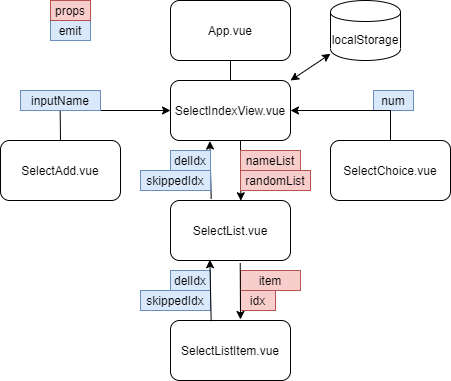
Above: random_selected.png in mulcamp-ed/pv (draw.io), before the change. Source tidied: cells renumbered, new cells last; positions are measured from the earlier drawing's top-left corner, leaving out a move shared by most shapes.
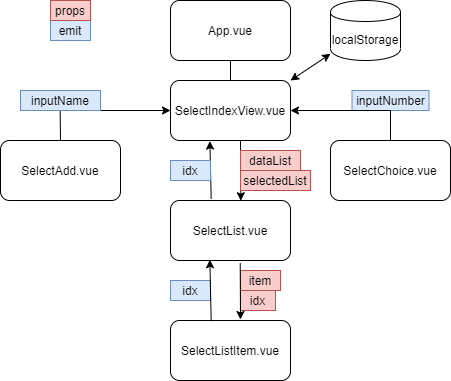
Later version of the same file.

The edit, as a diff of the source:
```diff
@@ -40,8 +40,8 @@
     <mxCell id="12" style="endArrow=classic;html=1;exitX=0.339;exitY=-0.025;exitDx=0;exitDy=0;exitPerimeter=0;entryX=0.328;entryY=1.01;entryDx=0;entryDy=0;entryPerimeter=0;" parent="1" edge="1" source="6" target="3">
       <mxGeometry relative="1" as="geometry" />
     </mxCell>
-    <mxCell id="13" value="num" style="text;html=1;strokeColor=#6c8ebf;fillColor=#dae8fc;align=center;verticalAlign=middle;whiteSpace=wrap;rounded=0;" parent="1" vertex="1">
-      <mxGeometry x="373" y="90" width="40" height="20" as="geometry" />
+    <mxCell id="13" value="inputNumber" style="text;html=1;strokeColor=#6c8ebf;fillColor=#dae8fc;align=center;verticalAlign=middle;whiteSpace=wrap;rounded=0;" parent="1" vertex="1">
+      <mxGeometry x="351.5" y="90" width="77" height="20" as="geometry" />
     </mxCell>
     <mxCell id="14" style="endArrow=none;html=1;" parent="1" edge="1">
       <mxGeometry relative="1" as="geometry">
@@ -62,26 +62,20 @@
     <mxCell id="17" value="props" style="text;html=1;strokeColor=#b85450;fillColor=#f8cecc;align=center;verticalAlign=middle;whiteSpace=wrap;rounded=0;" parent="1" vertex="1">
       <mxGeometry x="50" width="40" height="20" as="geometry" />
     </mxCell>
-    <mxCell id="18" value="delIdx" style="text;html=1;strokeColor=#6c8ebf;fillColor=#dae8fc;align=center;verticalAlign=middle;whiteSpace=wrap;rounded=0;" parent="1" vertex="1">
-      <mxGeometry x="170" y="150" width="40" height="20" as="geometry" />
+    <mxCell id="18" value="idx" style="text;html=1;strokeColor=#6c8ebf;fillColor=#dae8fc;align=center;verticalAlign=middle;whiteSpace=wrap;rounded=0;" parent="1" vertex="1">
+      <mxGeometry x="170" y="160" width="40" height="20" as="geometry" />
     </mxCell>
-    <mxCell id="19" value="skippedIdx" style="text;html=1;strokeColor=#6c8ebf;fillColor=#dae8fc;align=center;verticalAlign=middle;whiteSpace=wrap;rounded=0;" parent="1" vertex="1">
-      <mxGeometry x="140" y="170" width="70" height="20" as="geometry" />
-    </mxCell>
-    <mxCell id="20" value="nameList" style="text;html=1;strokeColor=#b85450;fillColor=#f8cecc;align=center;verticalAlign=middle;whiteSpace=wrap;rounded=0;" parent="1" vertex="1">
+    <mxCell id="20" value="dataList" style="text;html=1;strokeColor=#b85450;fillColor=#f8cecc;align=center;verticalAlign=middle;whiteSpace=wrap;rounded=0;" parent="1" vertex="1">
       <mxGeometry x="240" y="150" width="60" height="20" as="geometry" />
     </mxCell>
-    <mxCell id="21" value="randomList" style="text;html=1;strokeColor=#b85450;fillColor=#f8cecc;align=center;verticalAlign=middle;whiteSpace=wrap;rounded=0;" parent="1" vertex="1">
+    <mxCell id="21" value="selectedList" style="text;html=1;strokeColor=#b85450;fillColor=#f8cecc;align=center;verticalAlign=middle;whiteSpace=wrap;rounded=0;" parent="1" vertex="1">
       <mxGeometry x="240" y="170" width="70" height="20" as="geometry" />
     </mxCell>
-    <mxCell id="22" value="delIdx" style="text;html=1;strokeColor=#6c8ebf;fillColor=#dae8fc;align=center;verticalAlign=middle;whiteSpace=wrap;rounded=0;" parent="1" vertex="1">
-      <mxGeometry x="170" y="270" width="40" height="20" as="geometry" />
+    <mxCell id="22" value="idx" style="text;html=1;strokeColor=#6c8ebf;fillColor=#dae8fc;align=center;verticalAlign=middle;whiteSpace=wrap;rounded=0;" parent="1" vertex="1">
+      <mxGeometry x="170" y="280" width="40" height="20" as="geometry" />
     </mxCell>
-    <mxCell id="23" value="skippedIdx" style="text;html=1;strokeColor=#6c8ebf;fillColor=#dae8fc;align=center;verticalAlign=middle;whiteSpace=wrap;rounded=0;" parent="1" vertex="1">
-      <mxGeometry x="140" y="290" width="70" height="20" as="geometry" />
-    </mxCell>
     <mxCell id="24" value="item" style="text;html=1;strokeColor=#b85450;fillColor=#f8cecc;align=center;verticalAlign=middle;whiteSpace=wrap;rounded=0;" parent="1" vertex="1">
-      <mxGeometry x="240" y="270" width="60" height="20" as="geometry" />
+      <mxGeometry x="240" y="270" width="40" height="20" as="geometry" />
     </mxCell>
     <mxCell id="25" value="idx" style="text;html=1;strokeColor=#b85450;fillColor=#f8cecc;align=center;verticalAlign=middle;whiteSpace=wrap;rounded=0;" parent="1" vertex="1">
       <mxGeometry x="240" y="290" width="35" height="20" as="geometry" />
```
